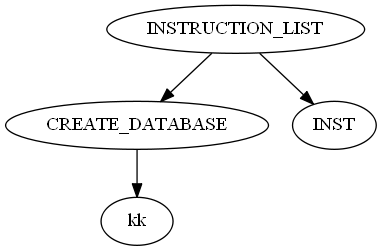
Before: parser/fase2/team23/ui/test-output/round-table.gv.png, a diagram exported from Graphviz (tytusdb/tytusdb). Its source is kept beside it as parser/fase2/team23/ui/test-output/round-table.gv. Its diagram source:
```dot
digraph {
	4 [label=INSTRUCTION_LIST]
	5 [label=CREATE_DATABASE]
	6 [label=kk]
	7 [label=INST]
	4 -> 5
	5 -> 6
	4 -> 7
}
```
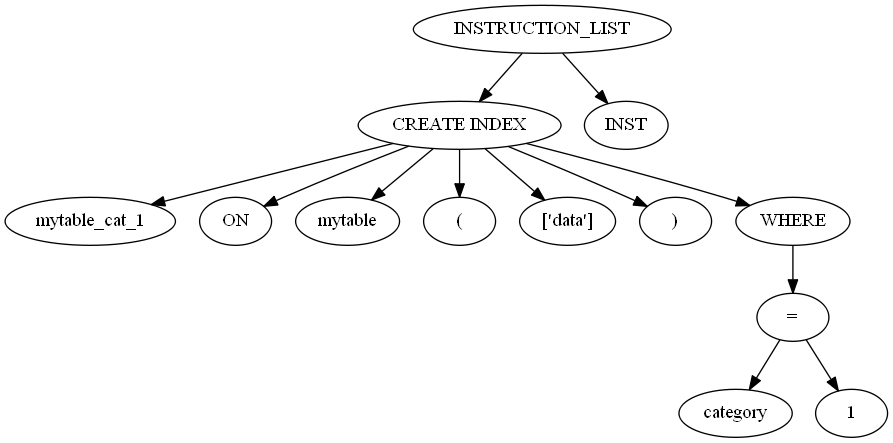
Later version of the same file.

The edit, as a diff of the source:
```diff
@@ -1,9 +1,27 @@
 digraph {
-	4 [label=INSTRUCTION_LIST]
-	5 [label=CREATE_DATABASE]
-	6 [label=kk]
-	7 [label=INST]
-	4 -> 5
-	5 -> 6
-	4 -> 7
+	13 [label=INSTRUCTION_LIST]
+	14 [label="CREATE INDEX"]
+	15 [label=mytable_cat_1]
+	16 [label=ON]
+	17 [label=mytable]
+	18 [label="("]
+	19 [label="['data']"]
+	20 [label=")"]
+	21 [label=WHERE]
+	22 [label="="]
+	23 [label=category]
+	24 [label=1]
+	25 [label=INST]
+	13 -> 14
+	14 -> 15
+	14 -> 16
+	14 -> 17
+	14 -> 18
+	14 -> 19
+	14 -> 20
+	14 -> 21
+	21 -> 22
+	22 -> 23
+	22 -> 24
+	13 -> 25
 }
```
